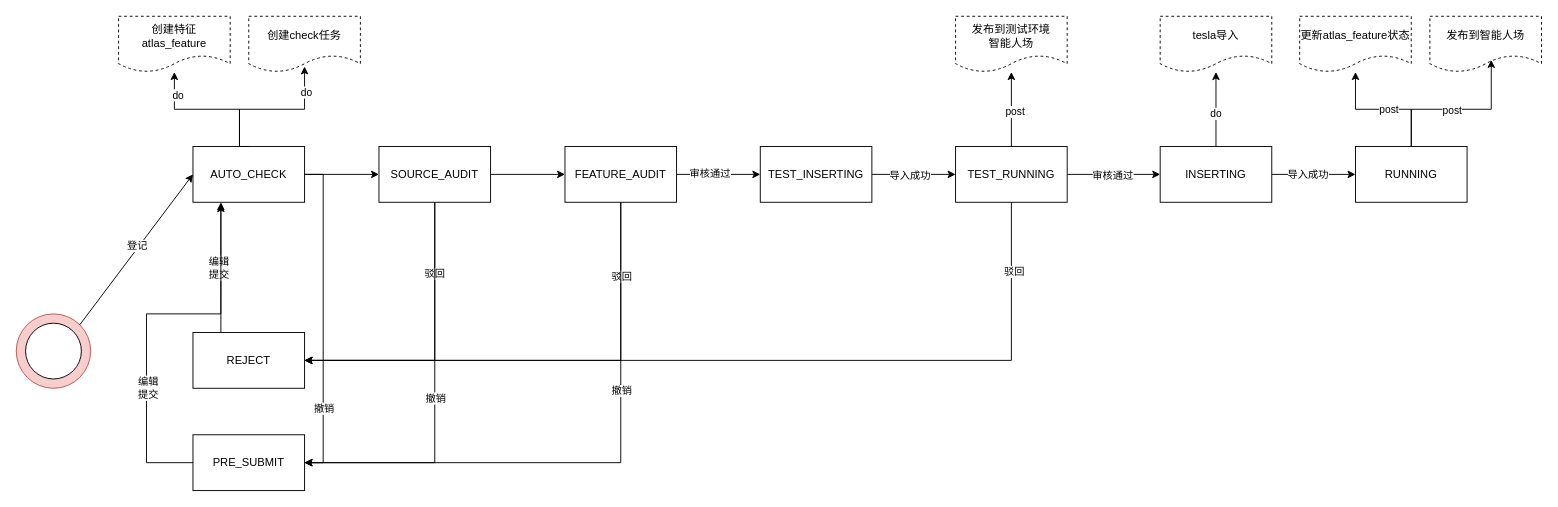
Above: state_trans_for_register.drawio in learn2Pro/draw_io_save (draw.io), before the change. Source tidied: cells renumbered, new cells numbered last; positions are measured from the earlier drawing's top-left corner, leaving out a move shared by most shapes. Both pictures are drawn from the tidied source at 93%, with x=0, y=0 at pixel (16, 16).
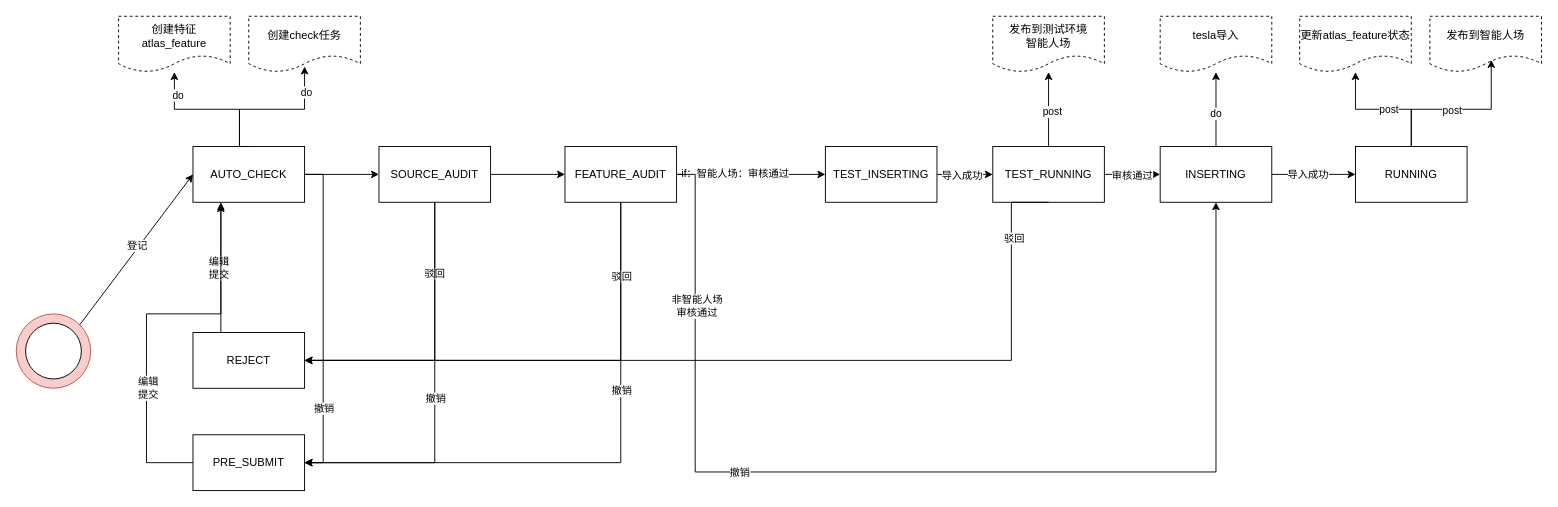
Above is the later version.

The change refers to these unchanged cells:
```xml
<mxCell id="20" style="edgeStyle=orthogonalEdgeStyle;rounded=0;jettySize=auto;html=1;" parent="1" edge="1" source="22" target="44">
  <mxGeometry relative="1" as="geometry" />
</mxCell>
<mxCell id="22" value="FEATURE_AUDIT" style="rounded=0;whiteSpace=wrap;html=1;" parent="1" vertex="1">
  <mxGeometry x="590" y="140" width="120" height="60" as="geometry" />
</mxCell>
<mxCell id="33" value="INSERTING" style="rounded=0;whiteSpace=wrap;html=1;" parent="1" vertex="1">
  <mxGeometry x="1230" y="140" width="120" height="60" as="geometry" />
</mxCell>
```

The edit, as a diff of the source:
```diff
@@
-    <mxCell id="21" value="审核通过" style="edgeLabel;html=1;align=center;verticalAlign=middle;" parent="20" vertex="1">
+    <mxCell id="21" value="if：智能人场：审核通过" style="edgeLabel;html=1;align=center;verticalAlign=middle;" parent="20" vertex="1">
       <mxGeometry x="-0.23" y="2" relative="1" as="geometry" />
     </mxCell>
@@
     <mxCell id="44" value="TEST_INSERTING" style="rounded=0;whiteSpace=wrap;html=1;" parent="1" vertex="1">
-      <mxGeometry x="800" y="140" width="120" height="60" as="geometry" />
+      <mxGeometry x="870" y="140" width="120" height="60" as="geometry" />
     </mxCell>
@@
     <mxCell id="49" value="TEST_RUNNING" style="rounded=0;whiteSpace=wrap;html=1;" parent="1" vertex="1">
-      <mxGeometry x="1010" y="140" width="120" height="60" as="geometry" />
+      <mxGeometry x="1050" y="140" width="120" height="60" as="geometry" />
     </mxCell>
@@
     <mxCell id="52" value="发布到测试环境&lt;br&gt;智能人场" style="shape=document;whiteSpace=wrap;html=1;boundedLbl=1;rounded=0;dashed=1;" parent="1" vertex="1">
-      <mxGeometry x="1010" width="120" height="60" as="geometry" />
+      <mxGeometry x="1050" width="120" height="60" as="geometry" />
     </mxCell>
@@
+    <mxCell id="60" style="edgeStyle=orthogonalEdgeStyle;rounded=0;jettySize=auto;html=1;entryX=0.5;entryY=1;entryDx=0;entryDy=0;exitX=1;exitY=0.5;exitDx=0;exitDy=0;" parent="1" edge="1" source="22" target="33">
+      <mxGeometry relative="1" as="geometry">
+        <Array as="points">
+          <mxPoint x="730" y="170" />
+          <mxPoint x="730" y="490" />
+          <mxPoint x="1290" y="490" />
+        </Array>
+      </mxGeometry>
+    </mxCell>
+    <mxCell id="61" value="撤销" style="edgeLabel;html=1;align=center;verticalAlign=middle;" parent="60" vertex="1">
+      <mxGeometry x="-0.35" relative="1" as="geometry" />
+    </mxCell>
+    <mxCell id="62" value="非智能人场&lt;br&gt;审核通过" style="edgeLabel;html=1;align=center;verticalAlign=middle;" parent="60" vertex="1">
+      <mxGeometry x="-0.73" y="1" relative="1" as="geometry" />
+    </mxCell>
```
